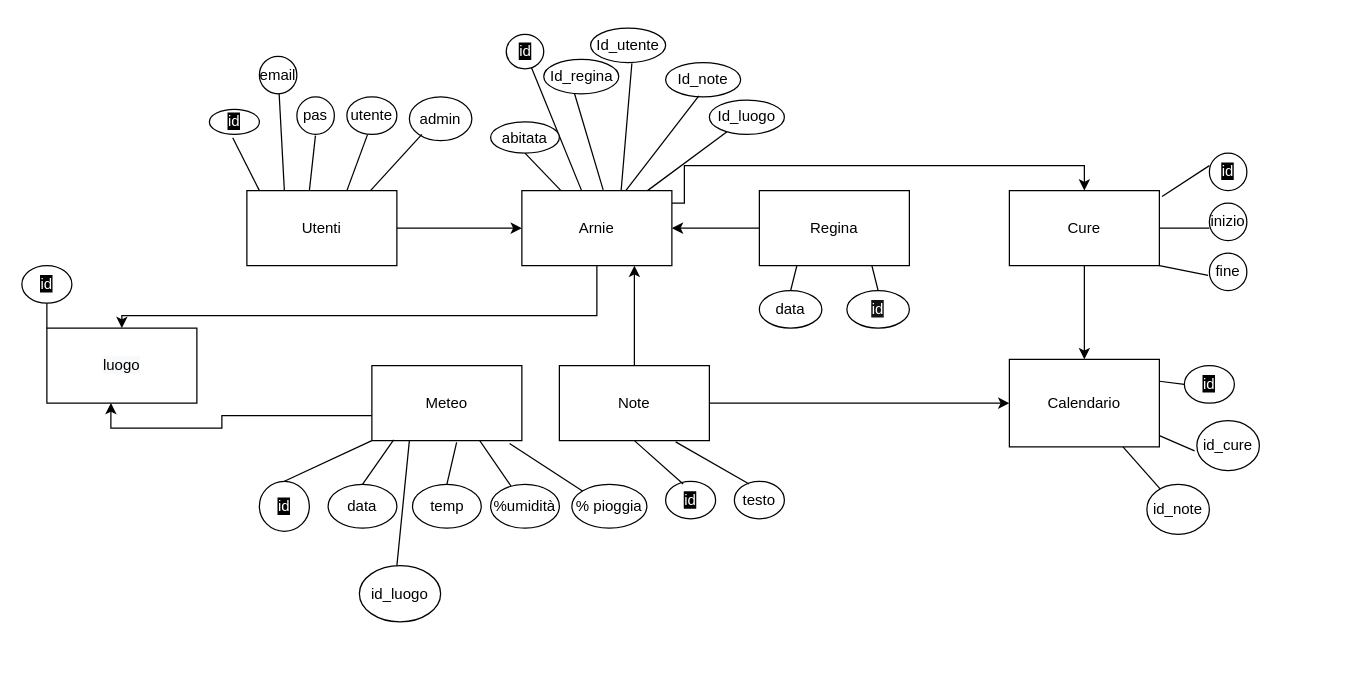
AlessandroAloise/GestioneApiario keeps this draw.io diagram as Documenti/Designe/desing database.drawio. Above is the earlier version. Source tidied: cells renumbered, new cells numbered last; positions are measured from the earlier drawing's top-left corner, leaving out a move shared by most shapes. Both pictures are drawn from the tidied source at 125%, with x=0, y=0 at pixel (21, 28).
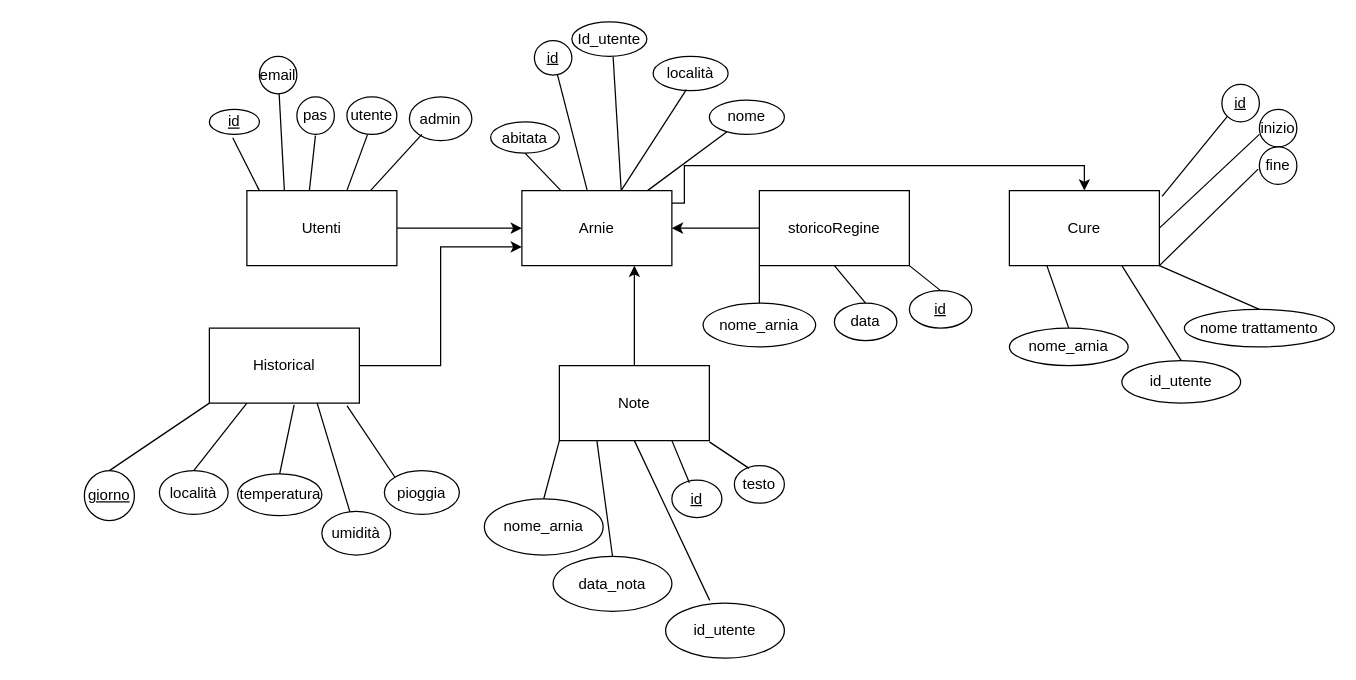
The same diagram, later.

Commit message:
modifica del desgine del db

The change refers to these unchanged cells:
```xml
<mxCell id="6" value="Arnie" style="rounded=0;whiteSpace=wrap;html=1;" parent="1" vertex="1">
  <mxGeometry x="400" y="130" width="120" height="60" as="geometry" />
</mxCell>
<mxCell id="13" value="Note" style="rounded=0;whiteSpace=wrap;html=1;" parent="1" vertex="1">
  <mxGeometry x="430" y="270" width="120" height="60" as="geometry" />
</mxCell>
<mxCell id="16" value="Cure" style="rounded=0;whiteSpace=wrap;html=1;" parent="1" vertex="1">
  <mxGeometry x="790" y="130" width="120" height="60" as="geometry" />
</mxCell>
```

Diff of the diagram source:
```diff
@@
-    <mxCell id="5" style="edgeStyle=orthogonalEdgeStyle;rounded=0;jettySize=auto;html=1;" parent="1" edge="1" source="6" target="64">
-      <mxGeometry relative="1" as="geometry">
-        <Array as="points">
-          <mxPoint x="460" y="230" />
-          <mxPoint x="80" y="230" />
-        </Array>
-      </mxGeometry>
-    </mxCell>
@@
-    <mxCell id="8" value="Regina" style="rounded=0;whiteSpace=wrap;html=1;" parent="1" vertex="1">
+    <mxCell id="8" value="storicoRegine" style="rounded=0;whiteSpace=wrap;html=1;" parent="1" vertex="1">
       <mxGeometry x="590" y="130" width="120" height="60" as="geometry" />
     </mxCell>
-    <mxCell id="9" style="edgeStyle=orthogonalEdgeStyle;rounded=0;jettySize=auto;html=1;entryX=0.427;entryY=0.998;entryDx=0;entryDy=0;entryPerimeter=0;" parent="1" edge="1" source="10" target="64">
-      <mxGeometry relative="1" as="geometry">
-        <Array as="points">
-          <mxPoint x="160" y="310" />
-          <mxPoint x="160" y="320" />
-          <mxPoint x="71" y="320" />
-        </Array>
-      </mxGeometry>
-    </mxCell>
+    <mxCell id="75" style="edgeStyle=orthogonalEdgeStyle;rounded=0;jettySize=auto;html=1;entryX=0;entryY=0.75;entryDx=0;entryDy=0;" parent="1" edge="1" source="10" target="6">
+      <mxGeometry relative="1" as="geometry" />
+    </mxCell>
-    <mxCell id="10" value="Meteo" style="rounded=0;whiteSpace=wrap;html=1;" parent="1" vertex="1">
-      <mxGeometry x="280" y="270" width="120" height="60" as="geometry" />
+    <mxCell id="10" value="Historical" style="rounded=0;whiteSpace=wrap;html=1;" parent="1" vertex="1">
+      <mxGeometry x="150" y="240" width="120" height="60" as="geometry" />
     </mxCell>
-    <mxCell id="11" style="edgeStyle=orthogonalEdgeStyle;rounded=0;jettySize=auto;html=1;entryX=0;entryY=0.5;entryDx=0;entryDy=0;" parent="1" edge="1" source="13" target="14">
-      <mxGeometry relative="1" as="geometry" />
-    </mxCell>
@@
-    <mxCell id="14" value="Calendario" style="rounded=0;whiteSpace=wrap;html=1;" parent="1" vertex="1">
-      <mxGeometry x="790" y="265" width="120" height="70" as="geometry" />
-    </mxCell>
-    <mxCell id="15" style="edgeStyle=orthogonalEdgeStyle;rounded=0;jettySize=auto;html=1;" parent="1" edge="1" source="16" target="14">
-      <mxGeometry relative="1" as="geometry" />
-    </mxCell>
@@
-    <mxCell id="17" value="&lt;font color=&quot;#ffffff&quot; style=&quot;background-color: rgb(0 , 0 , 0)&quot;&gt;id&lt;/font&gt;" style="ellipse;whiteSpace=wrap;html=1;" parent="1" vertex="1">
+    <mxCell id="17" value="&lt;font style=&quot;&quot;&gt;id&lt;/font&gt;" style="ellipse;whiteSpace=wrap;html=1;labelBackgroundColor=#ffffff;fontStyle=4;" parent="1" vertex="1">
       <mxGeometry x="150" y="65" width="40" height="20" as="geometry" />
     </mxCell>
@@
     <mxCell id="25" value="data" style="ellipse;whiteSpace=wrap;html=1;rotation=0;" parent="1" vertex="1">
-      <mxGeometry x="590" y="210" width="50" height="30" as="geometry" />
+      <mxGeometry x="650" y="220" width="50" height="30" as="geometry" />
     </mxCell>
-    <mxCell id="26" style="endArrow=none;html=1;entryX=0.25;entryY=1;entryDx=0;entryDy=0;exitX=0.5;exitY=0;exitDx=0;exitDy=0;" parent="1" edge="1" source="25" target="8">
+    <mxCell id="26" style="endArrow=none;html=1;entryX=0.5;entryY=1;entryDx=0;entryDy=0;exitX=0.5;exitY=0;exitDx=0;exitDy=0;" parent="1" edge="1" source="25" target="8">
       <mxGeometry relative="1" as="geometry" />
     </mxCell>
     <mxCell id="27" value="inizio" style="ellipse;whiteSpace=wrap;html=1;" parent="1" vertex="1">
-      <mxGeometry x="950" y="140" width="30" height="30" as="geometry" />
+      <mxGeometry x="990" y="65" width="30" height="30" as="geometry" />
     </mxCell>
     <mxCell id="28" value="fine" style="ellipse;whiteSpace=wrap;html=1;" parent="1" vertex="1">
-      <mxGeometry x="950" y="180" width="30" height="30" as="geometry" />
+      <mxGeometry x="990" y="95" width="30" height="30" as="geometry" />
     </mxCell>
-    <mxCell id="29" value="&lt;font color=&quot;#ffffff&quot; style=&quot;background-color: rgb(0 , 0 , 0)&quot;&gt;id&lt;/font&gt;" style="ellipse;whiteSpace=wrap;html=1;" parent="1" vertex="1">
-      <mxGeometry x="950" y="100" width="30" height="30" as="geometry" />
+    <mxCell id="29" value="&lt;font style=&quot;&quot;&gt;id&lt;/font&gt;" style="ellipse;whiteSpace=wrap;html=1;labelBackgroundColor=#ffffff;fontStyle=4;" parent="1" vertex="1">
+      <mxGeometry x="960" y="45" width="30" height="30" as="geometry" />
     </mxCell>
-    <mxCell id="30" style="endArrow=none;html=1;exitX=1.018;exitY=0.077;exitDx=0;exitDy=0;exitPerimeter=0;" parent="1" edge="1" source="16">
-      <mxGeometry relative="1" as="geometry">
-        <mxPoint x="950" y="110" as="targetPoint" />
-      </mxGeometry>
+    <mxCell id="30" style="endArrow=none;html=1;exitX=1.018;exitY=0.077;exitDx=0;exitDy=0;exitPerimeter=0;entryX=0;entryY=1;entryDx=0;entryDy=0;" parent="1" edge="1" source="16" target="29">
+      <mxGeometry relative="1" as="geometry" />
     </mxCell>
@@
-    <mxCell id="33" value="&lt;span style=&quot;background-color: rgb(20 , 20 , 20)&quot;&gt;&lt;font color=&quot;#ffffff&quot;&gt;id&lt;/font&gt;&lt;/span&gt;" style="ellipse;whiteSpace=wrap;html=1;" parent="1" vertex="1">
-      <mxGeometry x="660" y="210" width="50" height="30" as="geometry" />
+    <mxCell id="33" value="&lt;span style=&quot;&quot;&gt;&lt;font&gt;id&lt;/font&gt;&lt;/span&gt;" style="ellipse;whiteSpace=wrap;html=1;fontStyle=4;labelBackgroundColor=#ffffff;" parent="1" vertex="1">
+      <mxGeometry x="710" y="210" width="50" height="30" as="geometry" />
     </mxCell>
-    <mxCell id="34" style="endArrow=none;html=1;exitX=0.5;exitY=0;exitDx=0;exitDy=0;entryX=0.75;entryY=1;entryDx=0;entryDy=0;" parent="1" edge="1" source="33" target="8">
+    <mxCell id="34" style="endArrow=none;html=1;exitX=0.5;exitY=0;exitDx=0;exitDy=0;entryX=1;entryY=1;entryDx=0;entryDy=0;" parent="1" edge="1" source="33" target="8">
       <mxGeometry relative="1" as="geometry" />
     </mxCell>
-    <mxCell id="35" value="&lt;font color=&quot;#ffffff&quot; style=&quot;background-color: rgb(0 , 0 , 0)&quot;&gt;id&lt;/font&gt;" style="ellipse;whiteSpace=wrap;html=1;" parent="1" vertex="1">
-      <mxGeometry x="387.5" y="5" width="30" height="27.5" as="geometry" />
+    <mxCell id="35" value="&lt;font&gt;&lt;u style=&quot;background-color: rgb(255 , 255 , 255)&quot;&gt;id&lt;/u&gt;&lt;/font&gt;" style="ellipse;whiteSpace=wrap;html=1;" parent="1" vertex="1">
+      <mxGeometry x="410" y="10" width="30" height="27.5" as="geometry" />
     </mxCell>
-    <mxCell id="36" value="Id_regina" style="ellipse;whiteSpace=wrap;html=1;" parent="1" vertex="1">
-      <mxGeometry x="417.5" y="25" width="60" height="27.5" as="geometry" />
-    </mxCell>
     <mxCell id="37" value="Id_utente" style="ellipse;whiteSpace=wrap;html=1;" parent="1" vertex="1">
-      <mxGeometry x="455" width="60" height="27.5" as="geometry" />
+      <mxGeometry x="440" y="-5" width="60" height="27.5" as="geometry" />
     </mxCell>
@@
-    <mxCell id="39" style="endArrow=none;html=1;entryX=0.542;entryY=-0.01;entryDx=0;entryDy=0;entryPerimeter=0;exitX=0.41;exitY=0.993;exitDx=0;exitDy=0;exitPerimeter=0;" parent="1" edge="1" source="36" target="6">
-      <mxGeometry relative="1" as="geometry" />
-    </mxCell>
@@
-    <mxCell id="41" value="&lt;font color=&quot;#ffffff&quot; style=&quot;background-color: rgb(0 , 0 , 0)&quot;&gt;id&lt;/font&gt;" style="ellipse;whiteSpace=wrap;html=1;" parent="1" vertex="1">
-      <mxGeometry x="190" y="362.5" width="40" height="40" as="geometry" />
+    <mxCell id="41" value="&lt;font&gt;giorno&lt;/font&gt;" style="ellipse;whiteSpace=wrap;html=1;labelBackgroundColor=#ffffff;fontStyle=4;" parent="1" vertex="1">
+      <mxGeometry x="50" y="354" width="40" height="40" as="geometry" />
     </mxCell>
@@
-    <mxCell id="43" value="data" style="ellipse;whiteSpace=wrap;html=1;" parent="1" vertex="1">
-      <mxGeometry x="245" y="365" width="55" height="35" as="geometry" />
-    </mxCell>
-    <mxCell id="44" value="temp" style="ellipse;whiteSpace=wrap;html=1;" parent="1" vertex="1">
-      <mxGeometry x="312.5" y="365" width="55" height="35" as="geometry" />
+    <mxCell id="44" value="temperatura" style="ellipse;whiteSpace=wrap;html=1;" parent="1" vertex="1">
+      <mxGeometry x="172.5" y="356.5" width="67.5" height="33.5" as="geometry" />
     </mxCell>
-    <mxCell id="45" value="%umidità" style="ellipse;whiteSpace=wrap;html=1;" parent="1" vertex="1">
-      <mxGeometry x="375" y="365" width="55" height="35" as="geometry" />
+    <mxCell id="45" value="umidità" style="ellipse;whiteSpace=wrap;html=1;" parent="1" vertex="1">
+      <mxGeometry x="240" y="386.5" width="55" height="35" as="geometry" />
     </mxCell>
-    <mxCell id="46" value="% pioggia" style="ellipse;whiteSpace=wrap;html=1;" parent="1" vertex="1">
-      <mxGeometry x="440" y="365" width="60" height="35" as="geometry" />
+    <mxCell id="46" value="pioggia" style="ellipse;whiteSpace=wrap;html=1;" parent="1" vertex="1">
+      <mxGeometry x="290" y="354" width="60" height="35" as="geometry" />
     </mxCell>
@@
-    <mxCell id="48" style="endArrow=none;html=1;entryX=0.145;entryY=0.99;entryDx=0;entryDy=0;entryPerimeter=0;exitX=0.5;exitY=0;exitDx=0;exitDy=0;" parent="1" edge="1" source="43" target="10">
-      <mxGeometry relative="1" as="geometry" />
-    </mxCell>
@@
-    <mxCell id="51" value="&lt;font color=&quot;#ffffff&quot; style=&quot;background-color: rgb(0 , 0 , 0)&quot;&gt;id&lt;/font&gt;" style="ellipse;whiteSpace=wrap;html=1;" parent="1" vertex="1">
-      <mxGeometry x="515" y="362.5" width="40" height="30" as="geometry" />
+    <mxCell id="51" value="&lt;font style=&quot;&quot;&gt;id&lt;/font&gt;" style="ellipse;whiteSpace=wrap;html=1;labelBackgroundColor=#ffffff;fontStyle=4;" parent="1" vertex="1">
+      <mxGeometry x="520" y="361.5" width="40" height="30" as="geometry" />
     </mxCell>
     <mxCell id="52" value="testo" style="ellipse;whiteSpace=wrap;html=1;" parent="1" vertex="1">
-      <mxGeometry x="570" y="362.5" width="40" height="30" as="geometry" />
+      <mxGeometry x="570" y="350" width="40" height="30" as="geometry" />
     </mxCell>
-    <mxCell id="53" style="endArrow=none;html=1;exitX=0.35;exitY=0.073;exitDx=0;exitDy=0;exitPerimeter=0;entryX=0.5;entryY=1;entryDx=0;entryDy=0;" parent="1" edge="1" source="51" target="13">
+    <mxCell id="53" style="endArrow=none;html=1;exitX=0.35;exitY=0.073;exitDx=0;exitDy=0;exitPerimeter=0;entryX=0.75;entryY=1;entryDx=0;entryDy=0;" parent="1" edge="1" source="51" target="13">
       <mxGeometry relative="1" as="geometry" />
     </mxCell>
-    <mxCell id="54" style="endArrow=none;html=1;entryX=0.775;entryY=1.017;entryDx=0;entryDy=0;entryPerimeter=0;exitX=0.295;exitY=0.073;exitDx=0;exitDy=0;exitPerimeter=0;" parent="1" edge="1" source="52" target="13">
-      <mxGeometry relative="1" as="geometry" />
+    <mxCell id="54" style="endArrow=none;html=1;exitX=0.295;exitY=0.073;exitDx=0;exitDy=0;exitPerimeter=0;" parent="1" edge="1" source="52">
+      <mxGeometry relative="1" as="geometry">
+        <mxPoint x="550" y="331" as="targetPoint" />
+      </mxGeometry>
     </mxCell>
-    <mxCell id="55" value="&lt;font color=&quot;#ffffff&quot; style=&quot;background-color: rgb(0 , 0 , 0)&quot;&gt;id&lt;/font&gt;" style="ellipse;whiteSpace=wrap;html=1;" parent="1" vertex="1">
-      <mxGeometry x="930" y="270" width="40" height="30" as="geometry" />
-    </mxCell>
-    <mxCell id="56" style="endArrow=none;html=1;entryX=1;entryY=0.25;entryDx=0;entryDy=0;exitX=0;exitY=0.5;exitDx=0;exitDy=0;" parent="1" edge="1" source="55" target="14">
-      <mxGeometry relative="1" as="geometry" />
-    </mxCell>
-    <mxCell id="57" value="Id_note" style="ellipse;whiteSpace=wrap;html=1;" parent="1" vertex="1">
-      <mxGeometry x="515" y="27.5" width="60" height="27.5" as="geometry" />
+    <mxCell id="57" value="località" style="ellipse;whiteSpace=wrap;html=1;" parent="1" vertex="1">
+      <mxGeometry x="505" y="22.5" width="60" height="27.5" as="geometry" />
     </mxCell>
@@
-    <mxCell id="60" value="id_cure" style="ellipse;whiteSpace=wrap;html=1;" parent="1" vertex="1">
-      <mxGeometry x="940" y="314" width="50" height="40" as="geometry" />
-    </mxCell>
-    <mxCell id="61" value="id_note" style="ellipse;whiteSpace=wrap;html=1;" parent="1" vertex="1">
-      <mxGeometry x="900" y="365" width="50" height="40" as="geometry" />
-    </mxCell>
-    <mxCell id="62" style="endArrow=none;html=1;" parent="1" edge="1" source="61" target="14">
-      <mxGeometry relative="1" as="geometry" />
-    </mxCell>
-    <mxCell id="63" style="endArrow=none;html=1;exitX=-0.037;exitY=0.604;exitDx=0;exitDy=0;exitPerimeter=0;" parent="1" edge="1" source="60" target="14">
-      <mxGeometry relative="1" as="geometry" />
-    </mxCell>
-    <mxCell id="64" value="&#10;&#10;&lt;span style=&quot;color: rgb(0, 0, 0); font-family: helvetica; font-size: 12px; font-style: normal; font-weight: 400; letter-spacing: normal; text-align: center; text-indent: 0px; text-transform: none; word-spacing: 0px; background-color: rgb(248, 249, 250); display: inline; float: none;&quot;&gt;luogo&lt;/span&gt;&#10;&#10;" style="rounded=0;whiteSpace=wrap;html=1;" parent="1" vertex="1">
-      <mxGeometry x="20" y="240" width="120" height="60" as="geometry" />
-    </mxCell>
@@
-    <mxCell id="67" value="&lt;font color=&quot;#ffffff&quot; style=&quot;background-color: rgb(0 , 0 , 0)&quot;&gt;id&lt;/font&gt;" style="ellipse;whiteSpace=wrap;html=1;" parent="1" vertex="1">
-      <mxGeometry y="190" width="40" height="30" as="geometry" />
-    </mxCell>
-    <mxCell id="68" style="endArrow=none;html=1;entryX=0.5;entryY=1;entryDx=0;entryDy=0;exitX=0;exitY=0;exitDx=0;exitDy=0;" parent="1" edge="1" source="64" target="67">
-      <mxGeometry relative="1" as="geometry" />
-    </mxCell>
-    <mxCell id="69" value="Id_luogo" style="ellipse;whiteSpace=wrap;html=1;" parent="1" vertex="1">
+    <mxCell id="69" value="nome" style="ellipse;whiteSpace=wrap;html=1;" parent="1" vertex="1">
       <mxGeometry x="550" y="57.5" width="60" height="27.5" as="geometry" />
     </mxCell>
@@
-    <mxCell id="71" value="id_luogo" style="ellipse;whiteSpace=wrap;html=1;" parent="1" vertex="1">
-      <mxGeometry x="270" y="430" width="65" height="45" as="geometry" />
-    </mxCell>
-    <mxCell id="72" style="endArrow=none;html=1;entryX=0.25;entryY=1;entryDx=0;entryDy=0;" parent="1" edge="1" target="10">
-      <mxGeometry relative="1" as="geometry">
-        <mxPoint x="300" y="430" as="sourcePoint" />
-      </mxGeometry>
-    </mxCell>
@@
+    <mxCell id="76" value="nome_arnia" style="ellipse;whiteSpace=wrap;html=1;rotation=0;" parent="1" vertex="1">
+      <mxGeometry x="545" y="220" width="90" height="35" as="geometry" />
+    </mxCell>
+    <mxCell id="77" value="&lt;span&gt;nome_arnia&lt;/span&gt;" style="ellipse;whiteSpace=wrap;html=1;" parent="1" vertex="1">
+      <mxGeometry x="370" y="376.5" width="95" height="45" as="geometry" />
+    </mxCell>
+    <mxCell id="78" value="&lt;span&gt;data_nota&lt;br&gt;&lt;/span&gt;" style="ellipse;whiteSpace=wrap;html=1;" parent="1" vertex="1">
+      <mxGeometry x="425" y="422.5" width="95" height="44" as="geometry" />
+    </mxCell>
+    <mxCell id="79" style="edgeStyle=orthogonalEdgeStyle;rounded=0;orthogonalLoop=1;jettySize=auto;html=1;exitX=0.5;exitY=1;exitDx=0;exitDy=0;" parent="1" edge="1" source="78" target="78">
+      <mxGeometry relative="1" as="geometry" />
+    </mxCell>
+    <mxCell id="80" value="&lt;span&gt;id_utente&lt;br&gt;&lt;/span&gt;" style="ellipse;whiteSpace=wrap;html=1;" parent="1" vertex="1">
+      <mxGeometry x="515" y="460" width="95" height="44" as="geometry" />
+    </mxCell>
+    <mxCell id="81" style="endArrow=none;html=1;entryX=0;entryY=1;entryDx=0;entryDy=0;exitX=0.5;exitY=0;exitDx=0;exitDy=0;" parent="1" edge="1" source="77" target="13">
+      <mxGeometry relative="1" as="geometry" />
+    </mxCell>
+    <mxCell id="82" style="endArrow=none;html=1;entryX=0;entryY=1;entryDx=0;entryDy=0;exitX=0.5;exitY=0;exitDx=0;exitDy=0;" parent="1" edge="1" source="76" target="8">
+      <mxGeometry relative="1" as="geometry" />
+    </mxCell>
+    <mxCell id="83" style="endArrow=none;html=1;entryX=0.25;entryY=1;entryDx=0;entryDy=0;exitX=0.5;exitY=0;exitDx=0;exitDy=0;" parent="1" edge="1" source="78" target="13">
+      <mxGeometry relative="1" as="geometry" />
+    </mxCell>
+    <mxCell id="84" style="endArrow=none;html=1;entryX=0.5;entryY=1;entryDx=0;entryDy=0;exitX=0.371;exitY=-0.05;exitDx=0;exitDy=0;exitPerimeter=0;" parent="1" edge="1" source="80" target="13">
+      <mxGeometry relative="1" as="geometry" />
+    </mxCell>
+    <mxCell id="85" value="nome trattamento" style="ellipse;whiteSpace=wrap;html=1;" parent="1" vertex="1">
+      <mxGeometry x="930" y="225" width="120" height="30" as="geometry" />
+    </mxCell>
+    <mxCell id="86" value="&lt;span&gt;id_utente&lt;br&gt;&lt;/span&gt;" style="ellipse;whiteSpace=wrap;html=1;" parent="1" vertex="1">
+      <mxGeometry x="880" y="266" width="95" height="34" as="geometry" />
+    </mxCell>
+    <mxCell id="87" value="&lt;span&gt;nome_arnia&lt;/span&gt;" style="ellipse;whiteSpace=wrap;html=1;" parent="1" vertex="1">
+      <mxGeometry x="790" y="240" width="95" height="30" as="geometry" />
+    </mxCell>
+    <mxCell id="88" style="endArrow=none;html=1;entryX=0.5;entryY=0;entryDx=0;entryDy=0;exitX=1;exitY=1;exitDx=0;exitDy=0;" parent="1" edge="1" source="16" target="85">
+      <mxGeometry relative="1" as="geometry" />
+    </mxCell>
+    <mxCell id="89" style="endArrow=none;html=1;entryX=0.5;entryY=0;entryDx=0;entryDy=0;exitX=0.75;exitY=1;exitDx=0;exitDy=0;" parent="1" edge="1" source="16" target="86">
+      <mxGeometry relative="1" as="geometry" />
+    </mxCell>
+    <mxCell id="90" style="endArrow=none;html=1;entryX=0.5;entryY=0;entryDx=0;entryDy=0;exitX=0.25;exitY=1;exitDx=0;exitDy=0;" parent="1" edge="1" source="16" target="87">
+      <mxGeometry relative="1" as="geometry" />
+    </mxCell>
+    <mxCell id="91" value="località" style="ellipse;whiteSpace=wrap;html=1;" parent="1" vertex="1">
+      <mxGeometry x="110" y="354" width="55" height="35" as="geometry" />
+    </mxCell>
+    <mxCell id="92" style="endArrow=none;html=1;entryX=0.25;entryY=1;entryDx=0;entryDy=0;exitX=0.5;exitY=0;exitDx=0;exitDy=0;" parent="1" edge="1" source="91" target="10">
+      <mxGeometry relative="1" as="geometry" />
+    </mxCell>
```
